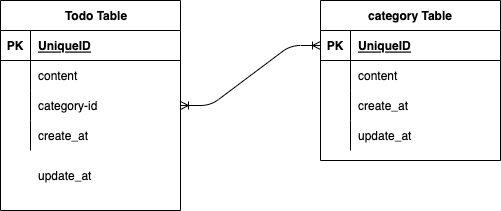
The draw.io diagram Todo.drawio.png in nishihatakoh/20220620TodoList, before a commit. Source tidied: cells renumbered, new cells last; positions are measured from the earlier drawing's top-left corner, leaving out a move shared by most shapes.
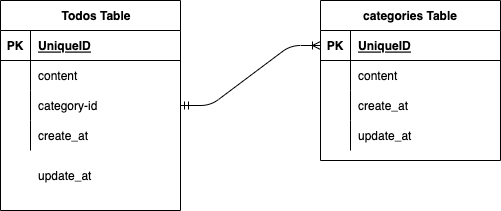
After the change.

Diff of the diagram source:
```diff
@@ -2,7 +2,7 @@
   <root>
     <mxCell id="0" />
     <mxCell id="1" parent="0" />
-    <mxCell id="2" value="　Todo Table" style="shape=table;startSize=30;rowLines=0;fontStyle=1;align=center;" parent="1" vertex="1">
+    <mxCell id="2" value="　Todos Table" style="shape=table;startSize=30;rowLines=0;fontStyle=1;align=center;" parent="1" vertex="1">
       <mxGeometry width="180" height="210" as="geometry" />
     </mxCell>
     <mxCell id="3" style="shape=partialRectangle;fillColor=none;top=0;left=0;bottom=1;right=0;" parent="2" vertex="1">
@@ -44,7 +44,7 @@
     <mxCell id="15" value="update_at" style="shape=partialRectangle;fillColor=none;top=0;left=0;bottom=0;right=0;align=left;spacingLeft=6;overflow=hidden;" parent="1" vertex="1">
       <mxGeometry x="30" y="160" width="150" height="30" as="geometry" />
     </mxCell>
-    <mxCell id="16" value="category Table" style="shape=table;startSize=30;rowLines=0;fontStyle=1;align=center;" parent="1" vertex="1">
+    <mxCell id="16" value="categories Table" style="shape=table;startSize=30;rowLines=0;fontStyle=1;align=center;" parent="1" vertex="1">
       <mxGeometry x="320" width="180" height="160" as="geometry" />
     </mxCell>
     <mxCell id="17" style="shape=partialRectangle;fillColor=none;top=0;left=0;bottom=1;right=0;points=[[0,0.5],[1,0.5]];portConstraint=eastwest;" parent="16" vertex="1">
@@ -83,7 +83,7 @@
     <mxCell id="28" value="update_at" style="shape=partialRectangle;fillColor=none;top=0;left=0;bottom=0;right=0;align=left;spacingLeft=6;overflow=hidden;" parent="26" vertex="1">
       <mxGeometry x="30" width="150" height="30" as="geometry" />
     </mxCell>
-    <mxCell id="29" style="edgeStyle=entityRelationEdgeStyle;fontSize=12;html=1;endArrow=ERoneToMany;startArrow=ERoneToMany;exitX=1;exitY=0.5;exitDx=0;exitDy=0;entryX=0;entryY=0.5;entryDx=0;entryDy=0;" parent="1" edge="1" source="9" target="17">
+    <mxCell id="29" style="edgeStyle=entityRelationEdgeStyle;fontSize=12;html=1;endArrow=ERoneToMany;startArrow=ERmandOne;exitX=1;exitY=0.5;exitDx=0;exitDy=0;entryX=0;entryY=0.5;entryDx=0;entryDy=0;" parent="1" edge="1" source="9" target="17">
       <mxGeometry relative="1" as="geometry" />
     </mxCell>
   </root>
```
